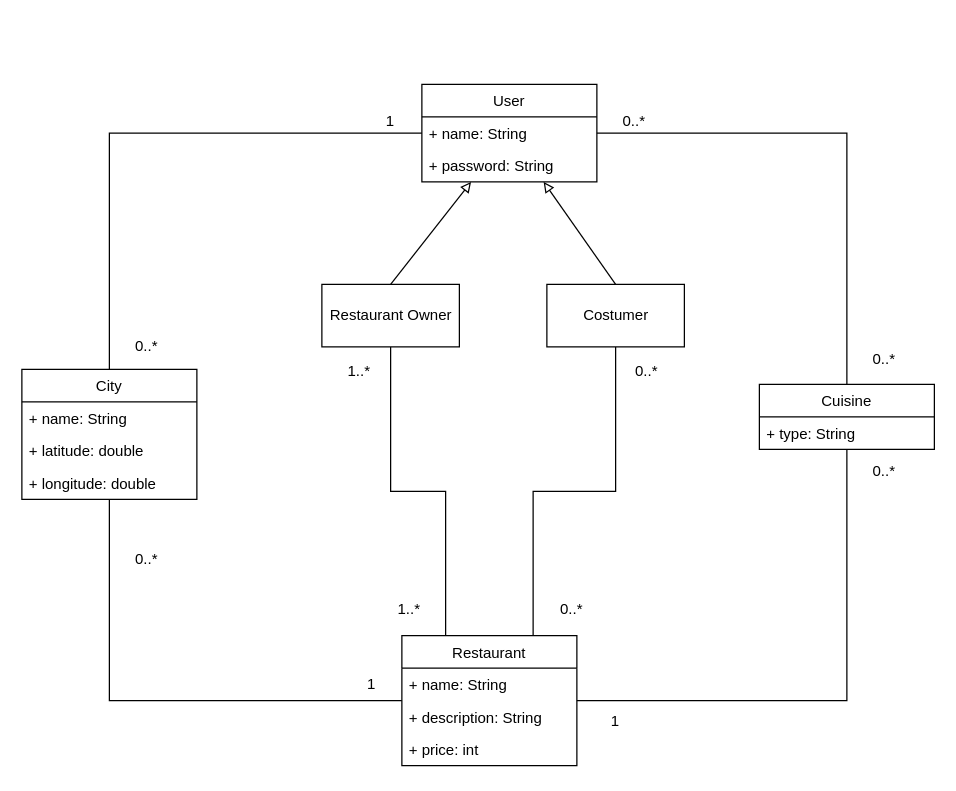
Above: page "Page-1" (1 of 3) of draw.io/data_model.drawio in spampas/restaurant_recommendation_graphdb (draw.io), before the change. Source tidied: cells renumbered, new cells numbered last; positions are measured from the earlier drawing's top-left corner, leaving out a move shared by most shapes. Both pictures are drawn from the tidied source at 125%, with x=0, y=0 at pixel (21, 84).
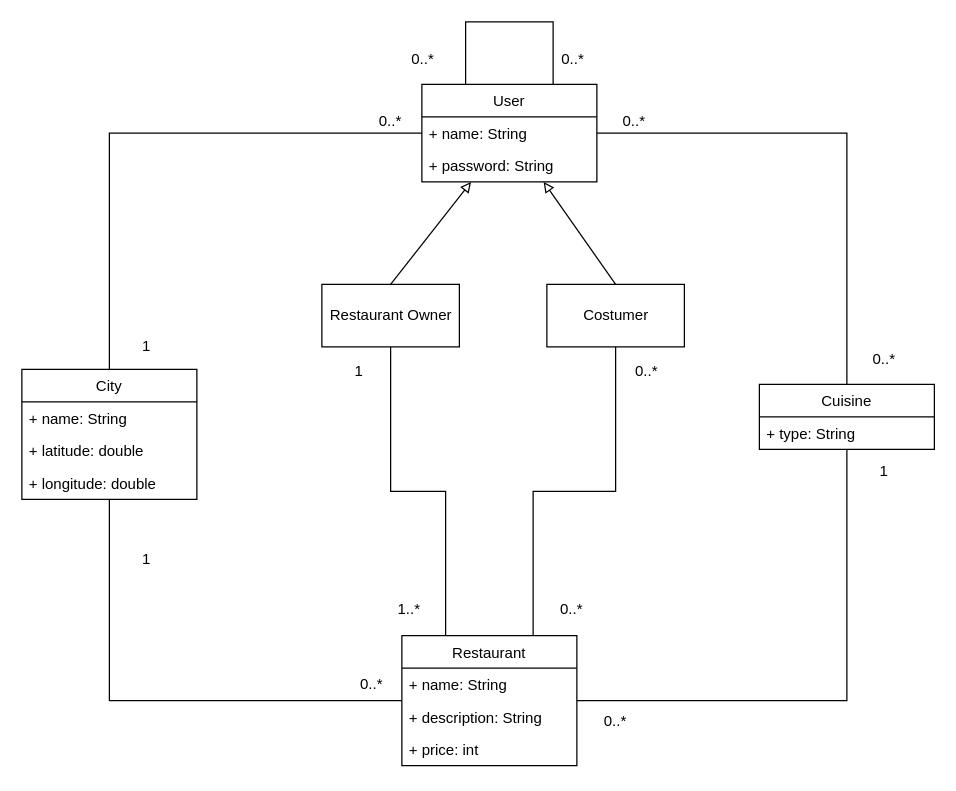
The same page after the edit.

The change refers to these unchanged cells:
```xml
<mxCell id="8" value="User" style="swimlane;fontStyle=0;horizontal=1;startSize=26;fillColor=none;" parent="1" vertex="1">
  <mxGeometry x="320" width="140" height="78" as="geometry" />
</mxCell>
```

What changed in the source:
```diff
@@
-    <mxCell id="25" value="1" style="text;html=1;strokeColor=none;fillColor=none;align=center;verticalAlign=middle;whiteSpace=wrap;rounded=0;fontSize=12;" parent="1" vertex="1">
+    <mxCell id="25" value="0..*" style="text;html=1;strokeColor=none;fillColor=none;align=center;verticalAlign=middle;whiteSpace=wrap;rounded=0;fontSize=12;" parent="1" vertex="1">
       <mxGeometry x="275" y="20" width="40" height="20" as="geometry" />
     </mxCell>
-    <mxCell id="26" value="1" style="text;html=1;strokeColor=none;fillColor=none;align=center;verticalAlign=middle;whiteSpace=wrap;rounded=0;fontSize=12;" parent="1" vertex="1">
+    <mxCell id="26" value="0..*" style="text;html=1;strokeColor=none;fillColor=none;align=center;verticalAlign=middle;whiteSpace=wrap;rounded=0;fontSize=12;" parent="1" vertex="1">
       <mxGeometry x="260" y="470" width="40" height="20" as="geometry" />
     </mxCell>
@@
-    <mxCell id="28" value="0..*" style="text;html=1;strokeColor=none;fillColor=none;align=center;verticalAlign=middle;whiteSpace=wrap;rounded=0;fontSize=12;" parent="1" vertex="1">
+    <mxCell id="28" value="1" style="text;html=1;strokeColor=none;fillColor=none;align=center;verticalAlign=middle;whiteSpace=wrap;rounded=0;fontSize=12;" parent="1" vertex="1">
       <mxGeometry x="80" y="370" width="40" height="20" as="geometry" />
     </mxCell>
-    <mxCell id="29" value="0..*" style="text;html=1;strokeColor=none;fillColor=none;align=center;verticalAlign=middle;whiteSpace=wrap;rounded=0;fontSize=12;" parent="1" vertex="1">
+    <mxCell id="29" value="1" style="text;html=1;strokeColor=none;fillColor=none;align=center;verticalAlign=middle;whiteSpace=wrap;rounded=0;fontSize=12;" parent="1" vertex="1">
       <mxGeometry x="80" y="200" width="40" height="20" as="geometry" />
     </mxCell>
@@
-    <mxCell id="31" value="1..*" style="text;html=1;strokeColor=none;fillColor=none;align=center;verticalAlign=middle;whiteSpace=wrap;rounded=0;fontSize=12;" parent="1" vertex="1">
+    <mxCell id="31" value="1" style="text;html=1;strokeColor=none;fillColor=none;align=center;verticalAlign=middle;whiteSpace=wrap;rounded=0;fontSize=12;" parent="1" vertex="1">
       <mxGeometry x="250" y="220" width="40" height="20" as="geometry" />
     </mxCell>
@@
-    <mxCell id="35" value="0..*" style="text;html=1;strokeColor=none;fillColor=none;align=center;verticalAlign=middle;whiteSpace=wrap;rounded=0;fontSize=12;" parent="1" vertex="1">
+    <mxCell id="35" value="1" style="text;html=1;strokeColor=none;fillColor=none;align=center;verticalAlign=middle;whiteSpace=wrap;rounded=0;fontSize=12;" parent="1" vertex="1">
       <mxGeometry x="670" y="300" width="40" height="20" as="geometry" />
     </mxCell>
-    <mxCell id="36" value="1" style="text;html=1;strokeColor=none;fillColor=none;align=center;verticalAlign=middle;whiteSpace=wrap;rounded=0;fontSize=12;" parent="1" vertex="1">
+    <mxCell id="36" value="0..*" style="text;html=1;strokeColor=none;fillColor=none;align=center;verticalAlign=middle;whiteSpace=wrap;rounded=0;fontSize=12;" parent="1" vertex="1">
       <mxGeometry x="455" y="500" width="40" height="20" as="geometry" />
     </mxCell>
+    <mxCell id="37" style="endArrow=none;html=1;rounded=0;entryX=0.75;entryY=0;entryDx=0;entryDy=0;exitX=0.25;exitY=0;exitDx=0;exitDy=0;" parent="1" edge="1" source="8" target="8">
+      <mxGeometry relative="1" as="geometry">
+        <Array as="points">
+          <mxPoint x="355" y="-50" />
+          <mxPoint x="380" y="-50" />
+          <mxPoint x="425" y="-50" />
+        </Array>
+      </mxGeometry>
+    </mxCell>
+    <mxCell id="38" value="0..*" style="text;html=1;align=left;verticalAlign=top;spacingTop=-4;" parent="1" vertex="1">
+      <mxGeometry x="430" y="-30" width="30" height="20" as="geometry" />
+    </mxCell>
+    <mxCell id="39" value="0..*" style="text;html=1;align=left;verticalAlign=top;spacingTop=-4;" parent="1" vertex="1">
+      <mxGeometry x="310" y="-30" width="30" height="20" as="geometry" />
+    </mxCell>
```
